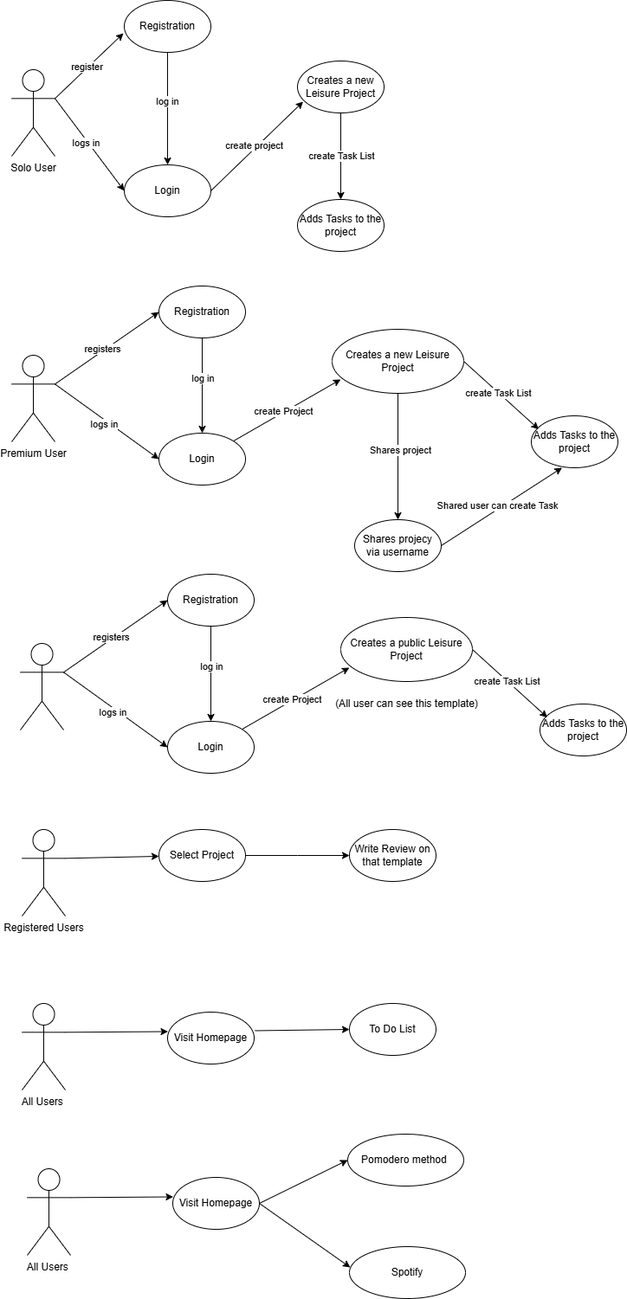
The draw.io diagram Deliverable/Design1_UseCases/UseCase1.drawio.png in B00150149/B00150149_WebFrameworkDevelopment, before a commit. Source tidied: cells renumbered, new cells last; positions are measured from the earlier drawing's top-left corner, leaving out a move shared by most shapes.
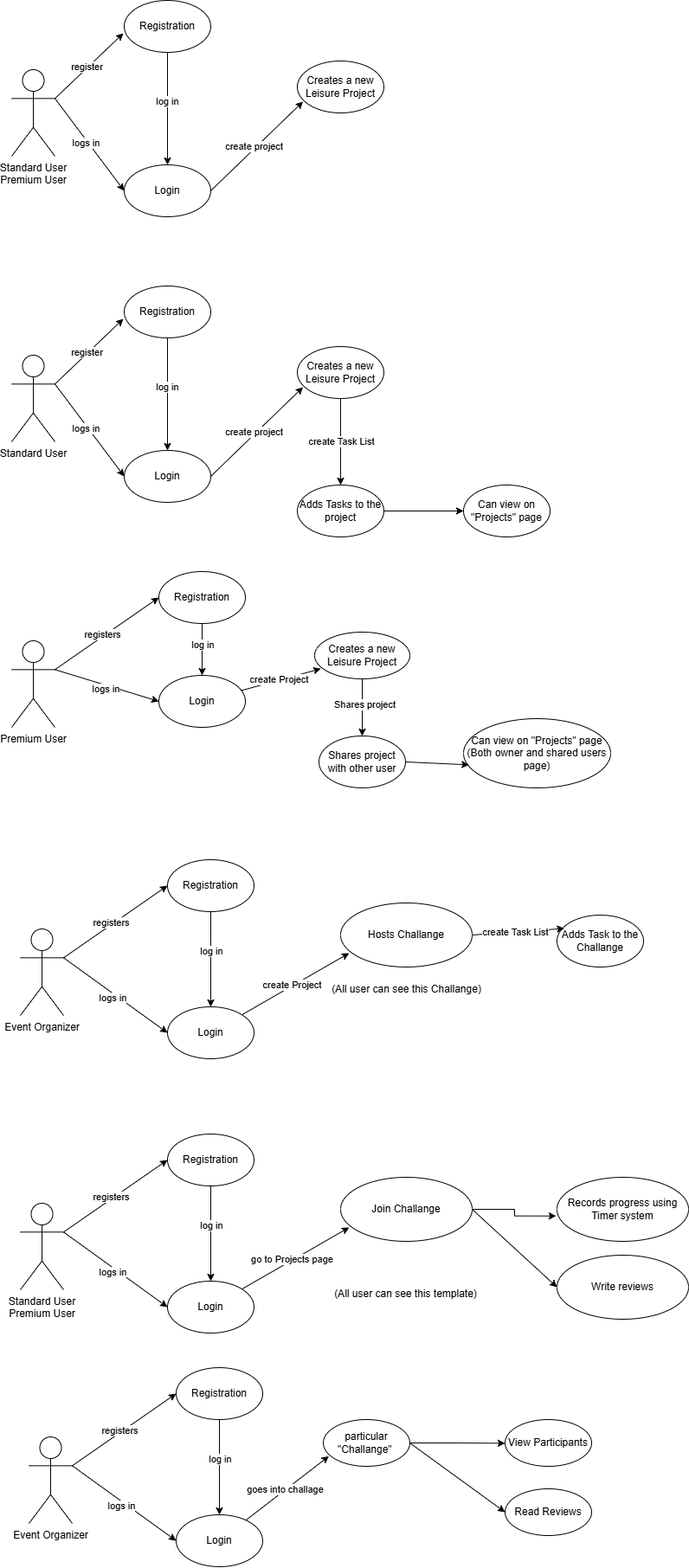
After the change.

The edit, as a diff of the source:
```diff
@@ -4,3 +4,3 @@
     <mxCell id="1" parent="0" />
-    <mxCell id="2" value="Solo User&lt;div&gt;&lt;br&gt;&lt;/div&gt;" style="shape=umlActor;verticalLabelPosition=bottom;verticalAlign=top;html=1;outlineConnect=0;" parent="1" vertex="1">
+    <mxCell id="2" value="Standard User&lt;div&gt;&lt;br&gt;&lt;/div&gt;" style="shape=umlActor;verticalLabelPosition=bottom;verticalAlign=top;html=1;outlineConnect=0;" parent="1" vertex="1">
       <mxGeometry y="80" width="50" height="100" as="geometry" />
@@ -34,2 +34,5 @@
     </mxCell>
+    <mxCell id="70" style="rounded=0;jettySize=auto;html=1;exitX=1;exitY=0.5;exitDx=0;exitDy=0;entryX=0;entryY=0.5;entryDx=0;entryDy=0;" parent="1" edge="1" source="12" target="71">
+      <mxGeometry relative="1" as="geometry" />
+    </mxCell>
     <mxCell id="12" value="Adds Tasks to the project" style="ellipse;whiteSpace=wrap;html=1;" parent="1" vertex="1">
@@ -58,6 +61,6 @@
     <mxCell id="19" value="Creates a new Leisure Project" style="ellipse;whiteSpace=wrap;html=1;" parent="1" vertex="1">
-      <mxGeometry x="370" y="380" width="152" height="74" as="geometry" />
+      <mxGeometry x="350" y="400" width="110" height="54" as="geometry" />
     </mxCell>
-    <mxCell id="20" value="Shares projecy via username" style="ellipse;whiteSpace=wrap;html=1;" parent="1" vertex="1">
-      <mxGeometry x="396" y="600" width="100" height="60" as="geometry" />
+    <mxCell id="20" value="Shares project with other user" style="ellipse;whiteSpace=wrap;html=1;" parent="1" vertex="1">
+      <mxGeometry x="355" y="520" width="100" height="60" as="geometry" />
     </mxCell>
@@ -88,3 +91,3 @@
     <mxCell id="29" value="Login" style="ellipse;whiteSpace=wrap;html=1;" parent="1" vertex="1">
-      <mxGeometry x="170" y="500" width="100" height="60" as="geometry" />
+      <mxGeometry x="170" y="450" width="100" height="60" as="geometry" />
     </mxCell>
@@ -96,20 +99,9 @@
     </mxCell>
-    <mxCell id="32" value="Adds Tasks to the project" style="ellipse;whiteSpace=wrap;html=1;" parent="1" vertex="1">
-      <mxGeometry x="600" y="480" width="100" height="60" as="geometry" />
+    <mxCell id="32" value="Can view on &quot;Projects&quot; page&lt;div&gt;(Both owner and shared users page)&lt;/div&gt;" style="ellipse;whiteSpace=wrap;html=1;" parent="1" vertex="1">
+      <mxGeometry x="522" y="500" width="170" height="80" as="geometry" />
     </mxCell>
-    <mxCell id="33" style="rounded=0;jettySize=auto;html=1;exitX=1;exitY=0.5;exitDx=0;exitDy=0;entryX=0.085;entryY=0.258;entryDx=0;entryDy=0;entryPerimeter=0;" parent="1" edge="1" source="19" target="32">
-      <mxGeometry relative="1" as="geometry" />
-    </mxCell>
-    <mxCell id="34" value="create Task List" style="edgeLabel;html=1;align=center;verticalAlign=middle;" parent="33" vertex="1">
-      <mxGeometry x="-0.08" relative="1" as="geometry" />
-    </mxCell>
-    <mxCell id="35" style="rounded=0;jettySize=auto;html=1;exitX=1;exitY=0.5;exitDx=0;exitDy=0;entryX=0.355;entryY=1;entryDx=0;entryDy=0;entryPerimeter=0;" parent="1" edge="1" source="20" target="32">
+    <mxCell id="35" style="rounded=0;jettySize=auto;html=1;exitX=1;exitY=0.5;exitDx=0;exitDy=0;entryX=0.037;entryY=0.667;entryDx=0;entryDy=0;entryPerimeter=0;" parent="1" edge="1" source="20" target="32">
       <mxGeometry relative="1" as="geometry" />
     </mxCell>
-    <mxCell id="36" value="Shared user can create Task" style="edgeLabel;html=1;align=center;verticalAlign=middle;" parent="35" vertex="1">
-      <mxGeometry x="-0.05" y="3" relative="1" as="geometry">
-        <mxPoint y="-1" as="offset" />
-      </mxGeometry>
-    </mxCell>
-    <mxCell id="37" value="Creates a public Leisure Project" style="ellipse;whiteSpace=wrap;html=1;" parent="1" vertex="1">
+    <mxCell id="37" value="Hosts Challange" style="ellipse;whiteSpace=wrap;html=1;" parent="1" vertex="1">
       <mxGeometry x="380" y="713" width="152" height="74" as="geometry" />
@@ -122,3 +114,3 @@
     </mxCell>
-    <mxCell id="40" style="shape=umlActor;verticalLabelPosition=bottom;verticalAlign=top;html=1;outlineConnect=0;" parent="1" vertex="1">
+    <mxCell id="40" value="Event Organizer" style="shape=umlActor;verticalLabelPosition=bottom;verticalAlign=top;html=1;outlineConnect=0;" parent="1" vertex="1">
       <mxGeometry x="10" y="743" width="50" height="100" as="geometry" />
@@ -149,4 +141,4 @@
     </mxCell>
-    <mxCell id="49" value="Adds Tasks to the project" style="ellipse;whiteSpace=wrap;html=1;" parent="1" vertex="1">
-      <mxGeometry x="610" y="813" width="100" height="60" as="geometry" />
+    <mxCell id="49" value="Adds Task to the Challange" style="ellipse;whiteSpace=wrap;html=1;" parent="1" vertex="1">
+      <mxGeometry x="630" y="727" width="100" height="60" as="geometry" />
     </mxCell>
@@ -158,58 +150,147 @@
     </mxCell>
-    <mxCell id="52" value="(All user can see this template)" style="text;html=1;align=center;verticalAlign=middle;strokeColor=none;fillColor=none;" parent="1" vertex="1">
-      <mxGeometry x="361" y="798" width="190" height="30" as="geometry" />
+    <mxCell id="52" value="(All user can see this Challange)" style="text;html=1;align=center;verticalAlign=middle;strokeColor=none;fillColor=none;" parent="1" vertex="1">
+      <mxGeometry x="356" y="798" width="200" height="30" as="geometry" />
     </mxCell>
-    <mxCell id="53" style="rounded=0;jettySize=auto;html=1;exitX=1;exitY=0.3333333333333333;exitDx=0;exitDy=0;exitPerimeter=0;" parent="1" edge="1" source="54" target="56">
-      <mxGeometry relative="1" as="geometry" />
-    </mxCell>
-    <mxCell id="54" value="Registered Users" style="shape=umlActor;verticalLabelPosition=bottom;verticalAlign=top;html=1;outlineConnect=0;" parent="1" vertex="1">
-      <mxGeometry x="12" y="958" width="50" height="100" as="geometry" />
-    </mxCell>
-    <mxCell id="55" style="edgeStyle=orthogonalEdgeStyle;rounded=0;jettySize=auto;html=1;exitX=1;exitY=0.5;exitDx=0;exitDy=0;" parent="1" edge="1" source="56">
-      <mxGeometry relative="1" as="geometry">
-        <mxPoint x="390" y="988" as="targetPoint" />
-      </mxGeometry>
-    </mxCell>
-    <mxCell id="56" value="Select Project" style="ellipse;whiteSpace=wrap;html=1;" parent="1" vertex="1">
-      <mxGeometry x="170" y="958" width="100" height="60" as="geometry" />
-    </mxCell>
-    <mxCell id="57" value="Write Review on that template" style="ellipse;whiteSpace=wrap;html=1;" parent="1" vertex="1">
-      <mxGeometry x="390" y="958" width="100" height="60" as="geometry" />
-    </mxCell>
-    <mxCell id="58" style="rounded=0;jettySize=auto;html=1;exitX=1;exitY=0.3333333333333333;exitDx=0;exitDy=0;exitPerimeter=0;entryX=0.005;entryY=0.375;entryDx=0;entryDy=0;entryPerimeter=0;" parent="1" edge="1" source="59" target="61">
-      <mxGeometry relative="1" as="geometry" />
-    </mxCell>
-    <mxCell id="59" value="All Users&amp;nbsp;" style="shape=umlActor;verticalLabelPosition=bottom;verticalAlign=top;html=1;outlineConnect=0;" parent="1" vertex="1">
-      <mxGeometry x="12" y="1159" width="50" height="100" as="geometry" />
-    </mxCell>
-    <mxCell id="60" style="rounded=0;jettySize=auto;html=1;exitX=1.01;exitY=0.358;exitDx=0;exitDy=0;entryX=0;entryY=0.5;entryDx=0;entryDy=0;exitPerimeter=0;" parent="1" edge="1" source="61" target="62">
-      <mxGeometry relative="1" as="geometry" />
-    </mxCell>
-    <mxCell id="61" value="Visit Homepage" style="ellipse;whiteSpace=wrap;html=1;" parent="1" vertex="1">
-      <mxGeometry x="180" y="1169" width="100" height="60" as="geometry" />
-    </mxCell>
-    <mxCell id="62" value="To Do List" style="ellipse;whiteSpace=wrap;html=1;" parent="1" vertex="1">
-      <mxGeometry x="390" y="1159" width="100" height="60" as="geometry" />
-    </mxCell>
-    <mxCell id="63" style="rounded=0;jettySize=auto;html=1;exitX=1;exitY=0.3333333333333333;exitDx=0;exitDy=0;exitPerimeter=0;entryX=0.005;entryY=0.375;entryDx=0;entryDy=0;entryPerimeter=0;" parent="1" edge="1" source="64" target="67">
-      <mxGeometry relative="1" as="geometry" />
-    </mxCell>
-    <mxCell id="64" value="All Users&amp;nbsp;" style="shape=umlActor;verticalLabelPosition=bottom;verticalAlign=top;html=1;outlineConnect=0;" parent="1" vertex="1">
-      <mxGeometry x="18" y="1350" width="50" height="100" as="geometry" />
-    </mxCell>
-    <mxCell id="65" style="rounded=0;jettySize=auto;html=1;exitX=1;exitY=0.5;exitDx=0;exitDy=0;entryX=0;entryY=0.5;entryDx=0;entryDy=0;" parent="1" edge="1" source="67" target="68">
-      <mxGeometry relative="1" as="geometry" />
-    </mxCell>
-    <mxCell id="66" style="rounded=0;jettySize=auto;html=1;exitX=1;exitY=0.5;exitDx=0;exitDy=0;entryX=0.007;entryY=0.4;entryDx=0;entryDy=0;entryPerimeter=0;" parent="1" edge="1" source="67" target="69">
-      <mxGeometry relative="1" as="geometry" />
-    </mxCell>
-    <mxCell id="67" value="Visit Homepage" style="ellipse;whiteSpace=wrap;html=1;" parent="1" vertex="1">
-      <mxGeometry x="186" y="1360" width="100" height="60" as="geometry" />
-    </mxCell>
-    <mxCell id="68" value="Pomodero method&amp;nbsp;" style="ellipse;whiteSpace=wrap;html=1;" parent="1" vertex="1">
-      <mxGeometry x="388" y="1310" width="134" height="60" as="geometry" />
-    </mxCell>
-    <mxCell id="69" value="Spotify" style="ellipse;whiteSpace=wrap;html=1;" parent="1" vertex="1">
-      <mxGeometry x="390" y="1440" width="134" height="60" as="geometry" />
-    </mxCell>
+    <mxCell id="71" value="Can view on &quot;Projects&quot; page" style="ellipse;whiteSpace=wrap;html=1;" parent="1" vertex="1">
+      <mxGeometry x="522" y="230" width="100" height="60" as="geometry" />
+    </mxCell>
+    <mxCell id="72" style="edgeStyle=orthogonalEdgeStyle;rounded=0;jettySize=auto;html=1;exitX=1;exitY=0.5;exitDx=0;exitDy=0;entryX=-0.007;entryY=0.604;entryDx=0;entryDy=0;entryPerimeter=0;" parent="1" edge="1" source="74" target="87">
+      <mxGeometry relative="1" as="geometry" />
+    </mxCell>
+    <mxCell id="73" style="rounded=0;jettySize=auto;html=1;exitX=1;exitY=0.5;exitDx=0;exitDy=0;elbow=vertical;entryX=0;entryY=0.5;entryDx=0;entryDy=0;" parent="1" edge="1" source="74" target="115">
+      <mxGeometry relative="1" as="geometry" />
+    </mxCell>
+    <mxCell id="74" value="Join Challange" style="ellipse;whiteSpace=wrap;html=1;" parent="1" vertex="1">
+      <mxGeometry x="380" y="1030" width="152" height="74" as="geometry" />
+    </mxCell>
+    <mxCell id="75" style="rounded=0;jettySize=auto;html=1;entryX=0.065;entryY=0.783;entryDx=0;entryDy=0;entryPerimeter=0;" parent="1" edge="1" source="83" target="74">
+      <mxGeometry relative="1" as="geometry" />
+    </mxCell>
+    <mxCell id="76" value="go to Projects page" style="edgeLabel;html=1;align=center;verticalAlign=middle;" parent="75" vertex="1">
+      <mxGeometry x="-0.06" y="1" relative="1" as="geometry" />
+    </mxCell>
+    <mxCell id="77" value="Standard User&lt;div&gt;Premium User&lt;/div&gt;" style="shape=umlActor;verticalLabelPosition=bottom;verticalAlign=top;html=1;outlineConnect=0;" parent="1" vertex="1">
+      <mxGeometry x="10" y="1060" width="50" height="100" as="geometry" />
+    </mxCell>
+    <mxCell id="78" style="rounded=0;jettySize=auto;html=1;exitX=1;exitY=0.3333333333333333;exitDx=0;exitDy=0;entryX=0;entryY=0.5;entryDx=0;entryDy=0;exitPerimeter=0;" parent="1" edge="1" source="77" target="83">
+      <mxGeometry relative="1" as="geometry" />
+    </mxCell>
+    <mxCell id="79" value="logs in" style="edgeLabel;html=1;align=center;verticalAlign=middle;" parent="78" vertex="1">
+      <mxGeometry x="-0.01" y="-4" relative="1" as="geometry" />
+    </mxCell>
+    <mxCell id="80" style="rounded=0;jettySize=auto;html=1;exitX=0.5;exitY=1;exitDx=0;exitDy=0;entryX=0.5;entryY=0;entryDx=0;entryDy=0;" parent="1" edge="1" source="82" target="83">
+      <mxGeometry relative="1" as="geometry" />
+    </mxCell>
+    <mxCell id="81" value="log in" style="edgeLabel;html=1;align=center;verticalAlign=middle;" parent="80" vertex="1">
+      <mxGeometry x="-0.16" relative="1" as="geometry" />
+    </mxCell>
+    <mxCell id="82" value="Registration" style="ellipse;whiteSpace=wrap;html=1;" parent="1" vertex="1">
+      <mxGeometry x="180" y="980" width="100" height="60" as="geometry" />
+    </mxCell>
+    <mxCell id="83" value="Login" style="ellipse;whiteSpace=wrap;html=1;" parent="1" vertex="1">
+      <mxGeometry x="180" y="1150" width="100" height="60" as="geometry" />
+    </mxCell>
+    <mxCell id="84" style="rounded=0;jettySize=auto;html=1;exitX=1;exitY=0.3333333333333333;exitDx=0;exitDy=0;exitPerimeter=0;entryX=0;entryY=0.5;entryDx=0;entryDy=0;" parent="1" edge="1" source="77" target="82">
+      <mxGeometry relative="1" as="geometry" />
+    </mxCell>
+    <mxCell id="85" value="registers" style="edgeLabel;html=1;align=center;verticalAlign=middle;" parent="84" vertex="1">
+      <mxGeometry x="-0.06" y="2" relative="1" as="geometry" />
+    </mxCell>
+    <mxCell id="86" value="(All user can see this template)" style="text;html=1;align=center;verticalAlign=middle;strokeColor=none;fillColor=none;" parent="1" vertex="1">
+      <mxGeometry x="360" y="1150" width="190" height="30" as="geometry" />
+    </mxCell>
+    <mxCell id="87" value="Records progress using Timer system" style="ellipse;whiteSpace=wrap;html=1;" parent="1" vertex="1">
+      <mxGeometry x="630" y="1030" width="152" height="74" as="geometry" />
+    </mxCell>
+    <mxCell id="88" style="edgeStyle=orthogonalEdgeStyle;rounded=0;jettySize=auto;html=1;exitX=1;exitY=0.5;exitDx=0;exitDy=0;" parent="1" edge="1" source="90">
+      <mxGeometry relative="1" as="geometry">
+        <mxPoint x="570" y="1337.4" as="targetPoint" />
+      </mxGeometry>
+    </mxCell>
+    <mxCell id="89" style="rounded=0;jettySize=auto;html=1;exitX=1;exitY=0.5;exitDx=0;exitDy=0;entryX=0;entryY=0.5;entryDx=0;entryDy=0;" parent="1" edge="1" source="90" target="116">
+      <mxGeometry relative="1" as="geometry" />
+    </mxCell>
+    <mxCell id="90" value="particular &quot;Challange&quot;&amp;nbsp;" style="ellipse;whiteSpace=wrap;html=1;" parent="1" vertex="1">
+      <mxGeometry x="360" y="1310" width="100" height="54" as="geometry" />
+    </mxCell>
+    <mxCell id="91" style="rounded=0;jettySize=auto;html=1;entryX=0.065;entryY=0.783;entryDx=0;entryDy=0;entryPerimeter=0;" parent="1" edge="1" source="99" target="90">
+      <mxGeometry relative="1" as="geometry" />
+    </mxCell>
+    <mxCell id="92" value="goes into challage" style="edgeLabel;html=1;align=center;verticalAlign=middle;" parent="91" vertex="1">
+      <mxGeometry x="-0.06" y="1" relative="1" as="geometry" />
+    </mxCell>
+    <mxCell id="93" value="Event Organizer" style="shape=umlActor;verticalLabelPosition=bottom;verticalAlign=top;html=1;outlineConnect=0;" parent="1" vertex="1">
+      <mxGeometry x="20" y="1330" width="50" height="100" as="geometry" />
+    </mxCell>
+    <mxCell id="94" style="rounded=0;jettySize=auto;html=1;exitX=1;exitY=0.3333333333333333;exitDx=0;exitDy=0;entryX=0;entryY=0.5;entryDx=0;entryDy=0;exitPerimeter=0;" parent="1" edge="1" source="93" target="99">
+      <mxGeometry relative="1" as="geometry" />
+    </mxCell>
+    <mxCell id="95" value="logs in" style="edgeLabel;html=1;align=center;verticalAlign=middle;" parent="94" vertex="1">
+      <mxGeometry x="-0.01" y="-4" relative="1" as="geometry" />
+    </mxCell>
+    <mxCell id="96" style="rounded=0;jettySize=auto;html=1;exitX=0.5;exitY=1;exitDx=0;exitDy=0;entryX=0.5;entryY=0;entryDx=0;entryDy=0;" parent="1" edge="1" source="98" target="99">
+      <mxGeometry relative="1" as="geometry" />
+    </mxCell>
+    <mxCell id="97" value="log in" style="edgeLabel;html=1;align=center;verticalAlign=middle;" parent="96" vertex="1">
+      <mxGeometry x="-0.16" relative="1" as="geometry" />
+    </mxCell>
+    <mxCell id="98" value="Registration" style="ellipse;whiteSpace=wrap;html=1;" parent="1" vertex="1">
+      <mxGeometry x="190" y="1250" width="100" height="60" as="geometry" />
+    </mxCell>
+    <mxCell id="99" value="Login" style="ellipse;whiteSpace=wrap;html=1;" parent="1" vertex="1">
+      <mxGeometry x="190" y="1420" width="100" height="60" as="geometry" />
+    </mxCell>
+    <mxCell id="100" style="rounded=0;jettySize=auto;html=1;exitX=1;exitY=0.3333333333333333;exitDx=0;exitDy=0;exitPerimeter=0;entryX=0;entryY=0.5;entryDx=0;entryDy=0;" parent="1" edge="1" source="93" target="98">
+      <mxGeometry relative="1" as="geometry" />
+    </mxCell>
+    <mxCell id="101" value="registers" style="edgeLabel;html=1;align=center;verticalAlign=middle;" parent="100" vertex="1">
+      <mxGeometry x="-0.06" y="2" relative="1" as="geometry" />
+    </mxCell>
+    <mxCell id="102" value="Standard User&lt;div&gt;Premium User&lt;br&gt;&lt;div&gt;&lt;br&gt;&lt;/div&gt;&lt;/div&gt;" style="shape=umlActor;verticalLabelPosition=bottom;verticalAlign=top;html=1;outlineConnect=0;" parent="1" vertex="1">
+      <mxGeometry y="-250" width="50" height="100" as="geometry" />
+    </mxCell>
+    <mxCell id="103" style="rounded=0;jettySize=auto;html=1;exitX=1;exitY=0.3333333333333333;exitDx=0;exitDy=0;entryX=0;entryY=0.5;entryDx=0;entryDy=0;exitPerimeter=0;" parent="1" edge="1" source="102" target="108">
+      <mxGeometry relative="1" as="geometry" />
+    </mxCell>
+    <mxCell id="104" value="logs in" style="edgeLabel;html=1;align=center;verticalAlign=middle;" parent="103" vertex="1">
+      <mxGeometry x="-0.07" y="-2" relative="1" as="geometry" />
+    </mxCell>
+    <mxCell id="105" style="rounded=0;jettySize=auto;html=1;exitX=0.5;exitY=1;exitDx=0;exitDy=0;entryX=0.5;entryY=0;entryDx=0;entryDy=0;" parent="1" edge="1" source="107" target="108">
+      <mxGeometry relative="1" as="geometry" />
+    </mxCell>
+    <mxCell id="106" value="log in" style="edgeLabel;html=1;align=center;verticalAlign=middle;" parent="105" vertex="1">
+      <mxGeometry x="-0.14" y="-1" relative="1" as="geometry" />
+    </mxCell>
+    <mxCell id="107" value="Registration" style="ellipse;whiteSpace=wrap;html=1;" parent="1" vertex="1">
+      <mxGeometry x="130" y="-330" width="100" height="60" as="geometry" />
+    </mxCell>
+    <mxCell id="108" value="Login" style="ellipse;whiteSpace=wrap;html=1;" parent="1" vertex="1">
+      <mxGeometry x="130" y="-140" width="100" height="60" as="geometry" />
+    </mxCell>
+    <mxCell id="109" value="Creates a new Leisure Project" style="ellipse;whiteSpace=wrap;html=1;" parent="1" vertex="1">
+      <mxGeometry x="330" y="-260" width="100" height="60" as="geometry" />
+    </mxCell>
+    <mxCell id="110" style="rounded=0;jettySize=auto;html=1;exitX=1;exitY=0.3333333333333333;exitDx=0;exitDy=0;exitPerimeter=0;entryX=-0.01;entryY=0.633;entryDx=0;entryDy=0;entryPerimeter=0;" parent="1" edge="1" source="102" target="107">
+      <mxGeometry relative="1" as="geometry" />
+    </mxCell>
+    <mxCell id="111" value="register" style="edgeLabel;html=1;align=center;verticalAlign=middle;" parent="110" vertex="1">
+      <mxGeometry x="-0.03" y="1" relative="1" as="geometry">
+        <mxPoint x="-1" as="offset" />
+      </mxGeometry>
+    </mxCell>
+    <mxCell id="112" style="rounded=0;jettySize=auto;html=1;exitX=1;exitY=0.5;exitDx=0;exitDy=0;entryX=0.065;entryY=0.783;entryDx=0;entryDy=0;entryPerimeter=0;" parent="1" edge="1" source="108" target="109">
+      <mxGeometry relative="1" as="geometry" />
+    </mxCell>
+    <mxCell id="113" value="create project" style="edgeLabel;html=1;align=center;verticalAlign=middle;" parent="112" vertex="1">
+      <mxGeometry x="-0.03" y="3" relative="1" as="geometry" />
+    </mxCell>
+    <mxCell id="114" value="View Participants" style="ellipse;whiteSpace=wrap;html=1;" parent="1" vertex="1">
+      <mxGeometry x="570" y="1310" width="100" height="54" as="geometry" />
+    </mxCell>
+    <mxCell id="115" value="Write reviews" style="ellipse;whiteSpace=wrap;html=1;" parent="1" vertex="1">
+      <mxGeometry x="630" y="1120" width="152" height="74" as="geometry" />
+    </mxCell>
+    <mxCell id="116" value="Read Reviews" style="ellipse;whiteSpace=wrap;html=1;" parent="1" vertex="1">
+      <mxGeometry x="570" y="1390" width="100" height="54" as="geometry" />
+    </mxCell>
   </root>
```
